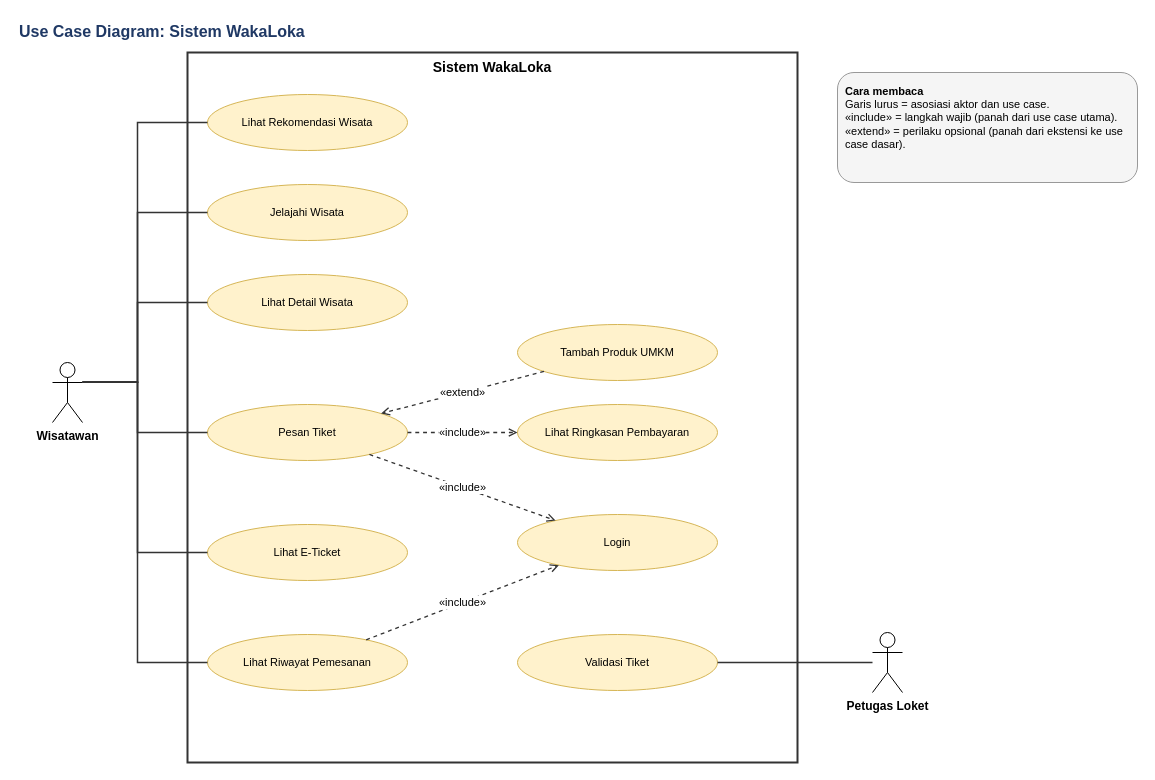
Before: Docs/uml/UseCase_WAKALOKA (1).drawio in rashazein11/Project-BasisData-A-Kelompok-wakaloka, a draw.io diagram. Source tidied: cells renumbered, new cells numbered last; positions are measured from the earlier drawing's top-left corner, leaving out a move shared by most shapes. Both pictures are drawn from the tidied source at 100%, with x=0, y=0 at pixel (17, 17).
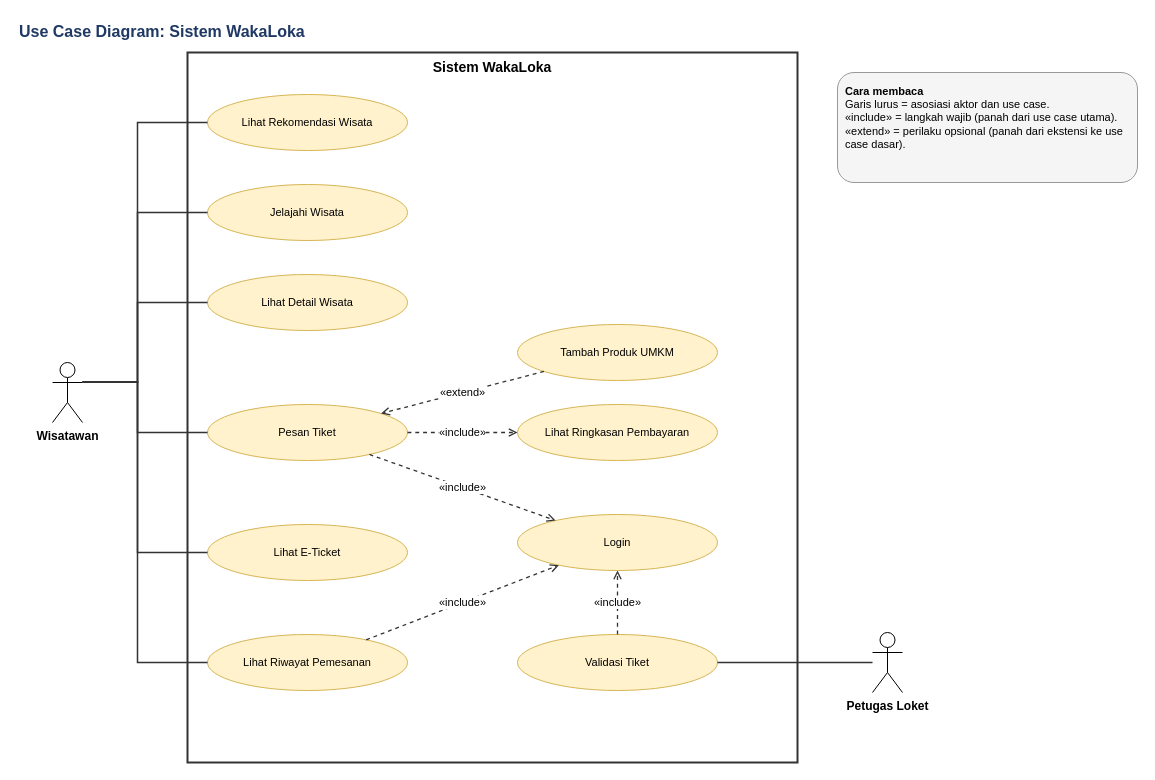
The same page after the edit.

The change refers to these unchanged cells:
```xml
<mxCell id="11" value="Login" style="ellipse;whiteSpace=wrap;html=1;fillColor=#FFF2CC;strokeColor=#D6B656;fontSize=11;" parent="1" vertex="1">
  <mxGeometry x="500" y="497" width="200" height="56" as="geometry" />
</mxCell>
<mxCell id="12" value="Validasi Tiket" style="ellipse;whiteSpace=wrap;html=1;fillColor=#FFF2CC;strokeColor=#D6B656;fontSize=11;" parent="1" vertex="1">
  <mxGeometry x="500" y="617" width="200" height="56" as="geometry" />
</mxCell>
```

Diff of the diagram source:
```diff
@@
+    <mxCell id="28" value="«include»" style="endArrow=open;endFill=0;dashed=1;html=1;strokeColor=#333333;strokeWidth=1.3;fontSize=11;labelBackgroundColor=#FFFFFF;" parent="1" edge="1" source="12" target="11">
+      <mxGeometry relative="1" as="geometry" />
+    </mxCell>
```
